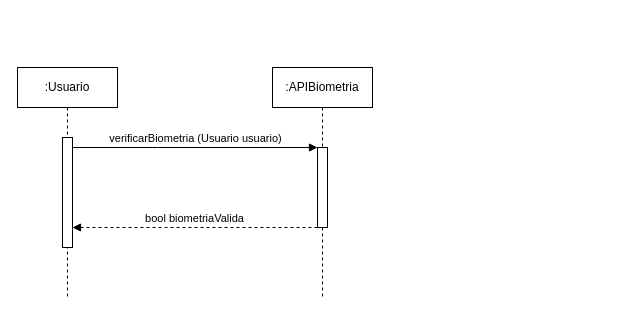
This is diagrama_sequencia/Diagrama_Sequencia_UC02.drawio from gb-cs-rt/home_broker, a draw.io file, before an edit. Source tidied: cells renumbered, new cells numbered last; positions are measured from the earlier drawing's top-left corner, leaving out a move shared by most shapes. Both pictures are drawn from the tidied source at 100%, with x=0, y=0 at pixel (17, 67).
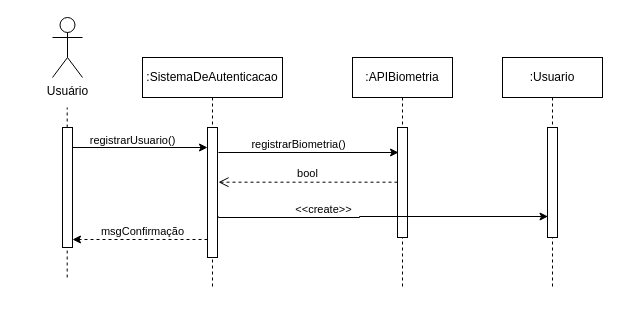
After the change.

The change refers to these unchanged cells:
```xml
<mxCell id="3" style="html=1;points=[];perimeter=orthogonalPerimeter;outlineConnect=0;targetShapes=umlLifeline;portConstraint=eastwest;newEdgeStyle={&quot;edgeStyle&quot;:&quot;elbowEdgeStyle&quot;,&quot;elbow&quot;:&quot;vertical&quot;,&quot;curved&quot;:0,&quot;rounded&quot;:0};" parent="2" vertex="1">
  <mxGeometry x="45" y="70" width="10" height="110" as="geometry" />
</mxCell>
```

Change to the diagram source:
```diff
@@
     <mxCell id="2" value=":Usuario" style="shape=umlLifeline;perimeter=lifelinePerimeter;whiteSpace=wrap;html=1;newEdgeStyle={&quot;edgeStyle&quot;:&quot;elbowEdgeStyle&quot;,&quot;elbow&quot;:&quot;vertical&quot;,&quot;curved&quot;:0,&quot;rounded&quot;:0};" parent="1" vertex="1">
-      <mxGeometry width="100" height="230" as="geometry" />
+      <mxGeometry x="485" y="-10" width="100" height="230" as="geometry" />
     </mxCell>
@@
+    <mxCell id="8" value="Usuário" style="shape=umlActor;verticalLabelPosition=bottom;verticalAlign=top;html=1;" parent="1" vertex="1">
+      <mxGeometry x="35" y="-50" width="30" height="60" as="geometry" />
+    </mxCell>
+    <mxCell id="9" style="endArrow=none;dashed=1;html=1;rounded=0;" parent="1" edge="1">
+      <mxGeometry relative="1" as="geometry">
+        <mxPoint x="49.7" y="210" as="sourcePoint" />
+        <mxPoint x="49.7" y="40" as="targetPoint" />
+      </mxGeometry>
+    </mxCell>
+    <mxCell id="10" style="edgeStyle=orthogonalEdgeStyle;rounded=0;orthogonalLoop=1;jettySize=auto;html=1;curved=0;" parent="1" edge="1">
+      <mxGeometry relative="1" as="geometry">
+        <mxPoint x="55" y="80" as="sourcePoint" />
+        <mxPoint x="190" y="80" as="targetPoint" />
+      </mxGeometry>
+    </mxCell>
+    <mxCell id="11" value="registrarUsuario()" style="edgeLabel;html=1;align=center;verticalAlign=middle;" parent="10" vertex="1">
+      <mxGeometry x="-0.13" y="1" relative="1" as="geometry">
+        <mxPoint y="-7" as="offset" />
+      </mxGeometry>
+    </mxCell>
+    <mxCell id="12" style="html=1;perimeter=orthogonalPerimeter;targetShapes=umlLifeline;newEdgeStyle={&quot;curved&quot;:0,&quot;rounded&quot;:0};" parent="1" vertex="1">
+      <mxGeometry x="45" y="60" width="10" height="120" as="geometry" />
+    </mxCell>
+    <mxCell id="13" value=":SistemaDeAutenticacao" style="shape=umlLifeline;perimeter=lifelinePerimeter;whiteSpace=wrap;html=1;newEdgeStyle={&quot;curved&quot;:0,&quot;rounded&quot;:0};" parent="1" vertex="1">
+      <mxGeometry x="125" y="-10" width="140" height="230" as="geometry" />
+    </mxCell>
+    <mxCell id="14" style="html=1;perimeter=orthogonalPerimeter;targetShapes=umlLifeline;newEdgeStyle={&quot;curved&quot;:0,&quot;rounded&quot;:0};" parent="13" vertex="1">
+      <mxGeometry x="65" y="70" width="10" height="130" as="geometry" />
+    </mxCell>
-    <mxCell id="4" value=":APIBiometria" style="shape=umlLifeline;perimeter=lifelinePerimeter;whiteSpace=wrap;html=1;newEdgeStyle={&quot;edgeStyle&quot;:&quot;elbowEdgeStyle&quot;,&quot;elbow&quot;:&quot;vertical&quot;,&quot;curved&quot;:0,&quot;rounded&quot;:0};" parent="1" vertex="1">
-      <mxGeometry x="255" width="100" height="230" as="geometry" />
+    <mxCell id="4" value=":APIBiometria" style="shape=umlLifeline;perimeter=lifelinePerimeter;whiteSpace=wrap;html=1;newEdgeStyle={&quot;curved&quot;:0,&quot;rounded&quot;:0};" parent="1" vertex="1">
+      <mxGeometry x="335" y="-10" width="100" height="230" as="geometry" />
     </mxCell>
-    <mxCell id="5" style="html=1;points=[];perimeter=orthogonalPerimeter;outlineConnect=0;targetShapes=umlLifeline;portConstraint=eastwest;newEdgeStyle={&quot;edgeStyle&quot;:&quot;elbowEdgeStyle&quot;,&quot;elbow&quot;:&quot;vertical&quot;,&quot;curved&quot;:0,&quot;rounded&quot;:0};" parent="4" vertex="1">
-      <mxGeometry x="45" y="80" width="10" height="80" as="geometry" />
-    </mxCell>
-    <mxCell id="6" value="verificarBiometria (Usuario usuario)" style="html=1;verticalAlign=bottom;endArrow=block;edgeStyle=elbowEdgeStyle;elbow=vertical;curved=0;rounded=0;" parent="1" edge="1" source="3" target="5">
-      <mxGeometry relative="1" as="geometry">
-        <Array as="points">
-          <mxPoint x="140" y="80" />
-        </Array>
-      </mxGeometry>
-    </mxCell>
-    <mxCell id="7" value="bool biometriaValida" style="html=1;verticalAlign=bottom;endArrow=block;edgeStyle=elbowEdgeStyle;elbow=vertical;curved=0;rounded=0;dashed=1;" parent="1" edge="1">
-      <mxGeometry relative="1" as="geometry">
-        <mxPoint x="300" y="160" as="sourcePoint" />
-        <mxPoint x="55" y="160" as="targetPoint" />
-        <Array as="points">
-          <mxPoint x="148" y="160" />
-        </Array>
-      </mxGeometry>
-    </mxCell>
+    <mxCell id="15" style="html=1;points=[[0,0,0,0,5],[0,1,0,0,-5],[1,0,0,0,5],[1,1,0,0,-5]];perimeter=orthogonalPerimeter;outlineConnect=0;targetShapes=umlLifeline;portConstraint=eastwest;newEdgeStyle={&quot;curved&quot;:0,&quot;rounded&quot;:0};" parent="4" vertex="1">
+      <mxGeometry x="45" y="70" width="10" height="110" as="geometry" />
+    </mxCell>
+    <mxCell id="16" style="edgeStyle=orthogonalEdgeStyle;rounded=0;orthogonalLoop=1;jettySize=auto;html=1;curved=0;entryX=0.5;entryY=0.227;entryDx=0;entryDy=0;entryPerimeter=0;" parent="1" edge="1">
+      <mxGeometry relative="1" as="geometry">
+        <mxPoint x="201" y="85" as="sourcePoint" />
+        <mxPoint x="381" y="85" as="targetPoint" />
+      </mxGeometry>
+    </mxCell>
+    <mxCell id="17" value="registrarBiometria()" style="edgeLabel;html=1;align=center;verticalAlign=middle;" parent="16" vertex="1">
+      <mxGeometry x="-0.39" y="-2" relative="1" as="geometry">
+        <mxPoint x="24" y="-11" as="offset" />
+      </mxGeometry>
+    </mxCell>
+    <mxCell id="18" style="edgeStyle=orthogonalEdgeStyle;rounded=0;orthogonalLoop=1;jettySize=auto;html=1;curved=0;" parent="1" edge="1">
+      <mxGeometry relative="1" as="geometry">
+        <mxPoint x="201" y="149" as="sourcePoint" />
+        <mxPoint x="530.5" y="149" as="targetPoint" />
+        <Array as="points">
+          <mxPoint x="342" y="150" />
+          <mxPoint x="342" y="149" />
+        </Array>
+      </mxGeometry>
+    </mxCell>
+    <mxCell id="19" value="&amp;lt;&amp;lt;create&amp;gt;&amp;gt;" style="edgeLabel;html=1;align=center;verticalAlign=middle;" parent="18" vertex="1">
+      <mxGeometry x="-0.02" y="2" relative="1" as="geometry">
+        <mxPoint x="-56" y="-6" as="offset" />
+      </mxGeometry>
+    </mxCell>
+    <mxCell id="20" style="edgeStyle=orthogonalEdgeStyle;rounded=0;orthogonalLoop=1;jettySize=auto;html=1;curved=0;dashed=1;" parent="1" edge="1">
+      <mxGeometry relative="1" as="geometry">
+        <mxPoint x="190" y="172" as="sourcePoint" />
+        <mxPoint x="55" y="172" as="targetPoint" />
+        <Array as="points">
+          <mxPoint x="155" y="172" />
+          <mxPoint x="155" y="172" />
+        </Array>
+      </mxGeometry>
+    </mxCell>
+    <mxCell id="21" value="msgConfirmação" style="edgeLabel;html=1;align=center;verticalAlign=middle;" parent="20" vertex="1">
+      <mxGeometry x="-0.13" y="1" relative="1" as="geometry">
+        <mxPoint x="-7" y="-10" as="offset" />
+      </mxGeometry>
+    </mxCell>
+    <mxCell id="22" value="bool" style="html=1;verticalAlign=bottom;endArrow=open;dashed=1;endSize=8;curved=0;rounded=0;" parent="1" edge="1" source="15">
+      <mxGeometry relative="1" as="geometry">
+        <mxPoint x="201" y="114.7" as="targetPoint" />
+      </mxGeometry>
+    </mxCell>
```
